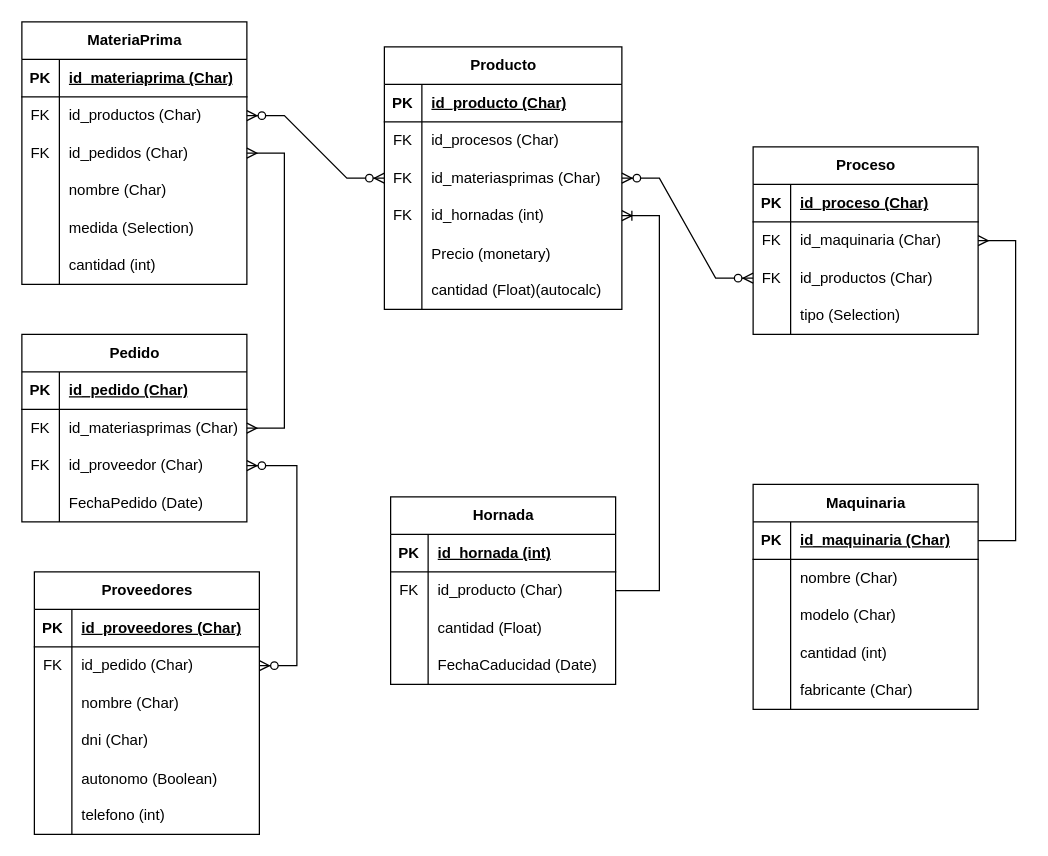
Zarritas/modulo-odoo-fabricacion keeps this draw.io diagram as DiagramaFabricacion.drawio. Above is the earlier version. Source tidied: cells renumbered, new cells numbered last; positions are measured from the earlier drawing's top-left corner, leaving out a move shared by most shapes. Both pictures are drawn from the tidied source at 125%, with x=0, y=0 at pixel (21, 21).
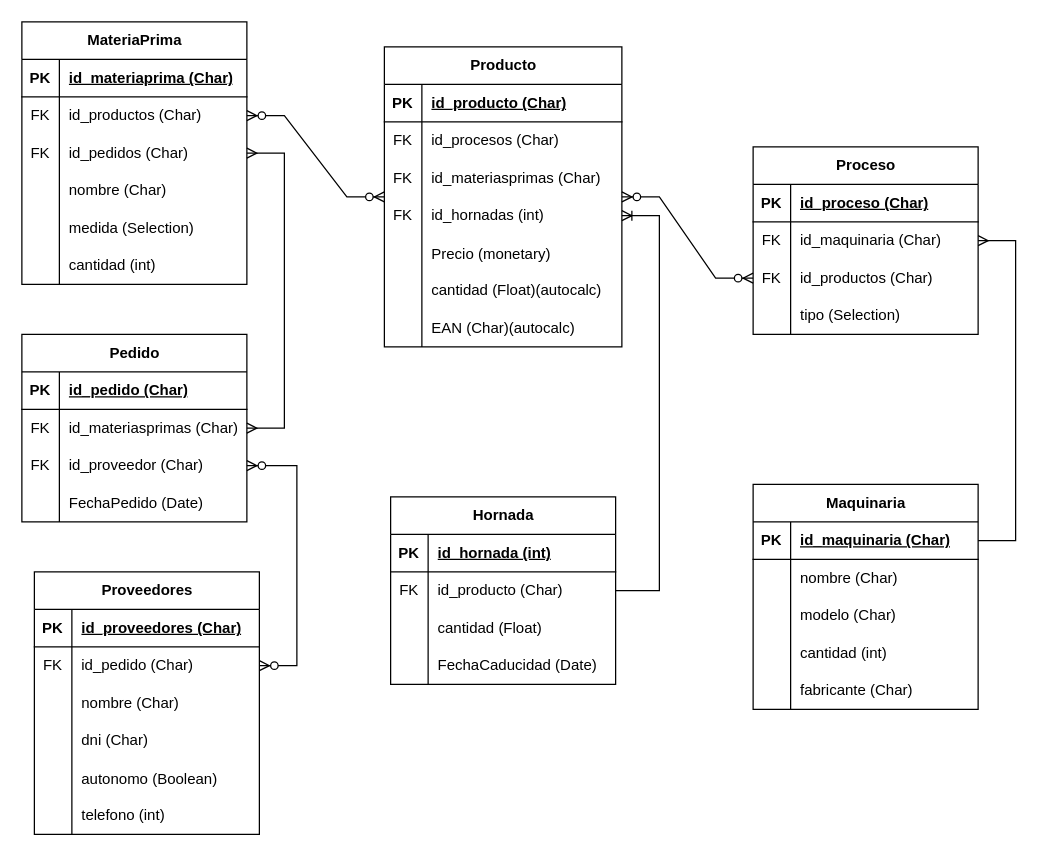
The same page after the edit.

Change to the diagram source:
```diff
@@
     <mxCell id="21" value="Producto" style="shape=table;startSize=30;childLayout=tableLayout;rowLines=0;fontStyle=1;align=center;html=1;" parent="1" vertex="1">
-      <mxGeometry x="290" y="20" width="190" height="210" as="geometry" />
+      <mxGeometry x="290" y="20" width="190" height="240" as="geometry" />
     </mxCell>
@@
+    <mxCell id="120" style="shape=tableRow;horizontal=0;startSize=0;swimlaneHead=0;swimlaneBody=0;fillColor=none;top=0;left=0;right=0;bottom=0;" parent="21" vertex="1">
+      <mxGeometry y="210" width="190" height="30" as="geometry" />
+    </mxCell>
+    <mxCell id="121" style="shape=partialRectangle;fillColor=none;top=0;left=0;bottom=0;right=0;overflow=hidden;whiteSpace=wrap;html=1;" parent="120" vertex="1">
+      <mxGeometry width="30" height="30" as="geometry" />
+    </mxCell>
+    <mxCell id="122" value="EAN (Char)(autocalc)" style="shape=partialRectangle;fillColor=none;top=0;left=0;bottom=0;right=0;align=left;spacingLeft=6;overflow=hidden;whiteSpace=wrap;html=1;" parent="120" vertex="1">
+      <mxGeometry x="30" width="160" height="30" as="geometry" />
+    </mxCell>
```
